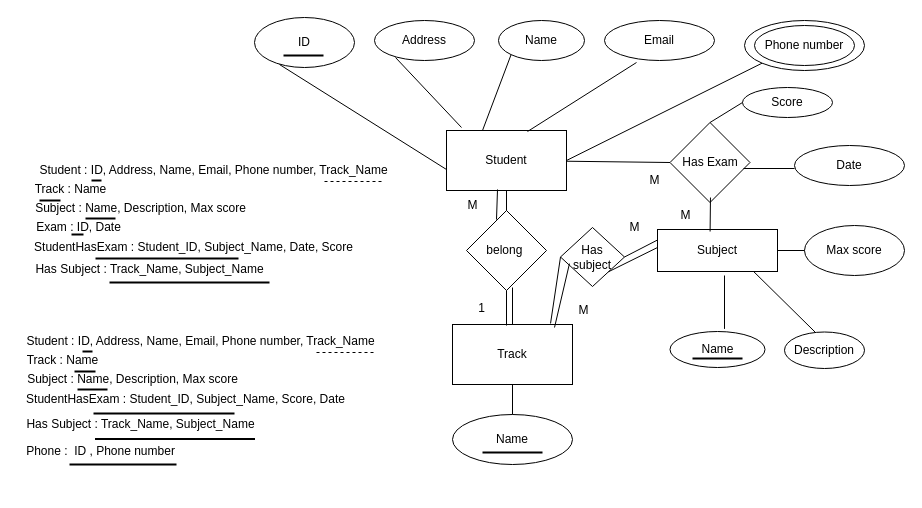
NIHALMAGDY/ERD_Digrams keeps this draw.io diagram as Untitled Diagram.drawio. Above is the earlier version. Source tidied: cells renumbered, new cells numbered last; positions are measured from the earlier drawing's top-left corner, leaving out a move shared by most shapes. Both pictures are drawn from the tidied source at 100%, with x=0, y=0 at pixel (17, 17).
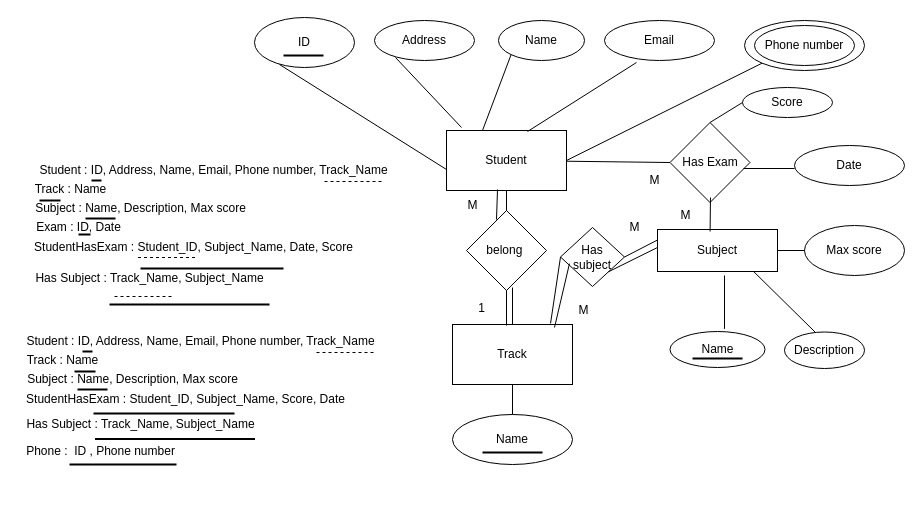
The same page after the edit.

Change to the diagram source:
```diff
@@
     <mxCell id="55" style="line;strokeWidth=2;html=1;" parent="1" vertex="1">
-      <mxGeometry x="54" y="212" width="12" height="10" as="geometry" />
+      <mxGeometry x="61" y="212" width="12" height="10" as="geometry" />
     </mxCell>
@@
     <mxCell id="58" style="line;strokeWidth=2;html=1;" parent="1" vertex="1">
-      <mxGeometry x="78" y="236" width="143" height="10" as="geometry" />
+      <mxGeometry x="123" y="246" width="143" height="10" as="geometry" />
     </mxCell>
@@
     <mxCell id="60" value="Has Subject : Track_Name, Subject_Name" style="text;html=1;align=center;verticalAlign=middle;" parent="1" vertex="1">
-      <mxGeometry x="12" y="242" width="240" height="20" as="geometry" />
+      <mxGeometry x="12" y="251" width="240" height="20" as="geometry" />
     </mxCell>
     <mxCell id="61" style="line;strokeWidth=2;html=1;" parent="1" vertex="1">
-      <mxGeometry x="92" y="260" width="160" height="10" as="geometry" />
+      <mxGeometry x="92" y="282" width="160" height="10" as="geometry" />
     </mxCell>
@@
+    <mxCell id="77" style="endArrow=none;dashed=1;html=1;" parent="1" edge="1">
+      <mxGeometry relative="1" as="geometry">
+        <mxPoint x="97" y="279" as="sourcePoint" />
+        <mxPoint x="157" y="279" as="targetPoint" />
+      </mxGeometry>
+    </mxCell>
+    <mxCell id="78" style="endArrow=none;dashed=1;html=1;" parent="1" edge="1">
+      <mxGeometry relative="1" as="geometry">
+        <mxPoint x="120.5" y="240" as="sourcePoint" />
+        <mxPoint x="180.5" y="240" as="targetPoint" />
+      </mxGeometry>
+    </mxCell>
```
